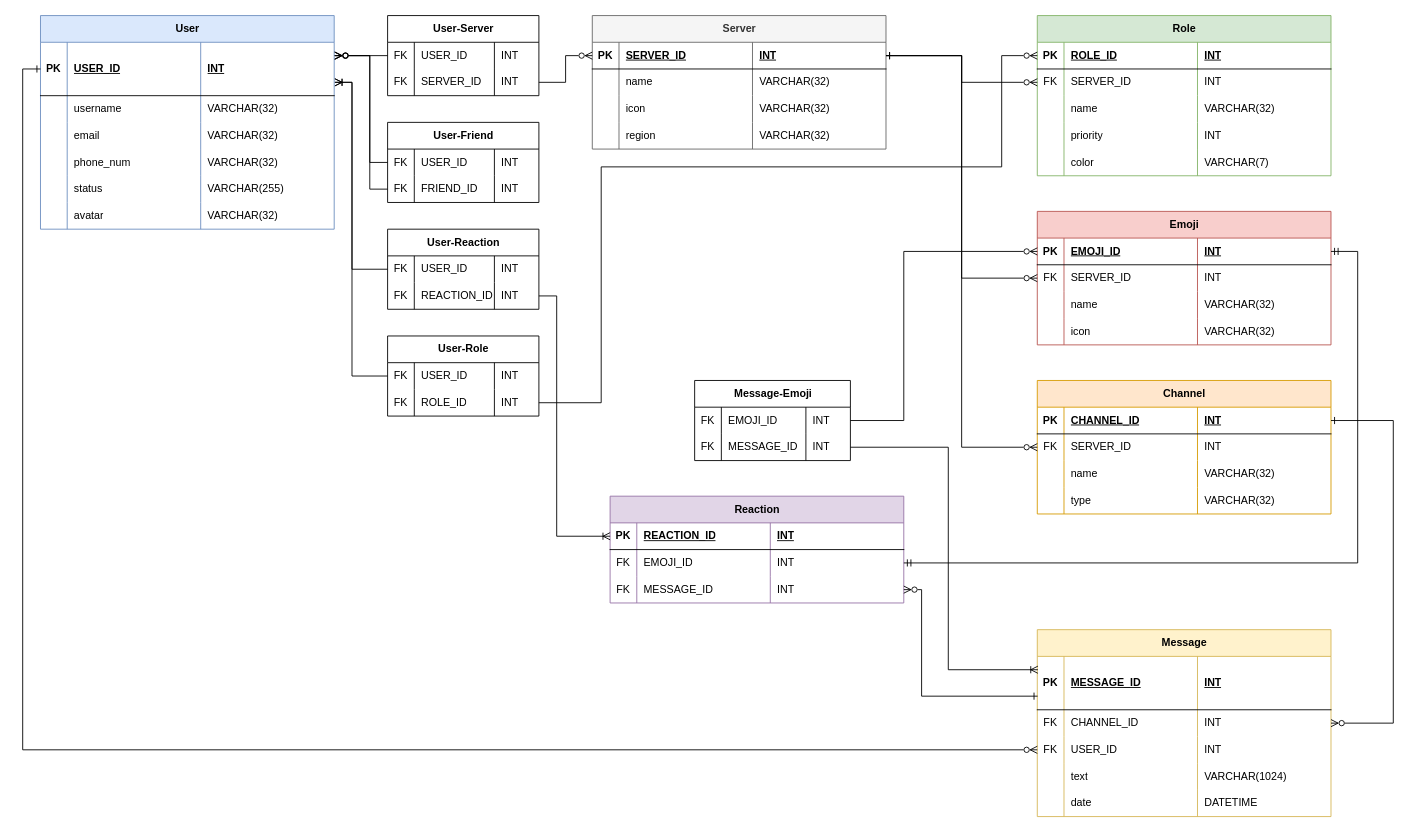
Above: diagrams/Discord Relational Schema.drawio in Mruzik1/Database-Application (draw.io), before the change. Source tidied: cells renumbered, new cells numbered last; positions are measured from the earlier drawing's top-left corner, leaving out a move shared by most shapes. Both pictures are drawn from the tidied source at 89%, with x=0, y=0 at pixel (22, 15).
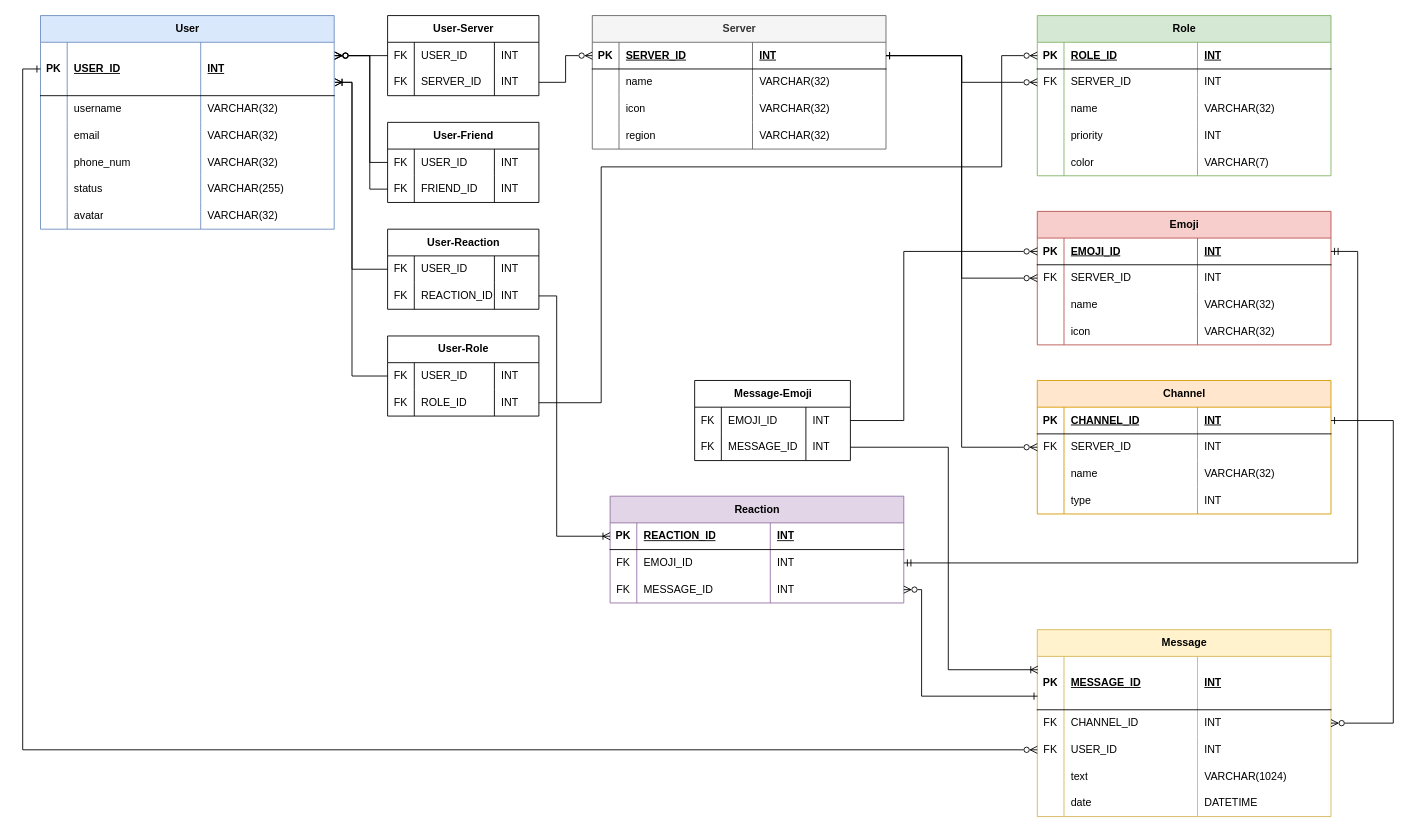
Above is the later version.

Commit message:
changed channel's type type

The change refers to these unchanged cells:
```xml
<mxCell id="57" style="shape=tableRow;horizontal=0;startSize=0;swimlaneHead=0;swimlaneBody=0;fillColor=none;top=0;left=0;right=0;bottom=0;" parent="44" vertex="1">
  <mxGeometry y="120" width="330" height="30" as="geometry" />
</mxCell>
```

The edit, as a diff of the source:
```diff
@@
-    <mxCell id="60" value="VARCHAR(32)" style="shape=partialRectangle;fillColor=none;top=0;left=0;bottom=0;right=0;align=left;spacingLeft=6;overflow=hidden;whiteSpace=wrap;html=1;" parent="57" vertex="1">
+    <mxCell id="60" value="INT" style="shape=partialRectangle;fillColor=none;top=0;left=0;bottom=0;right=0;align=left;spacingLeft=6;overflow=hidden;whiteSpace=wrap;html=1;" parent="57" vertex="1">
       <mxGeometry x="180" width="150" height="30" as="geometry" />
     </mxCell>
```
